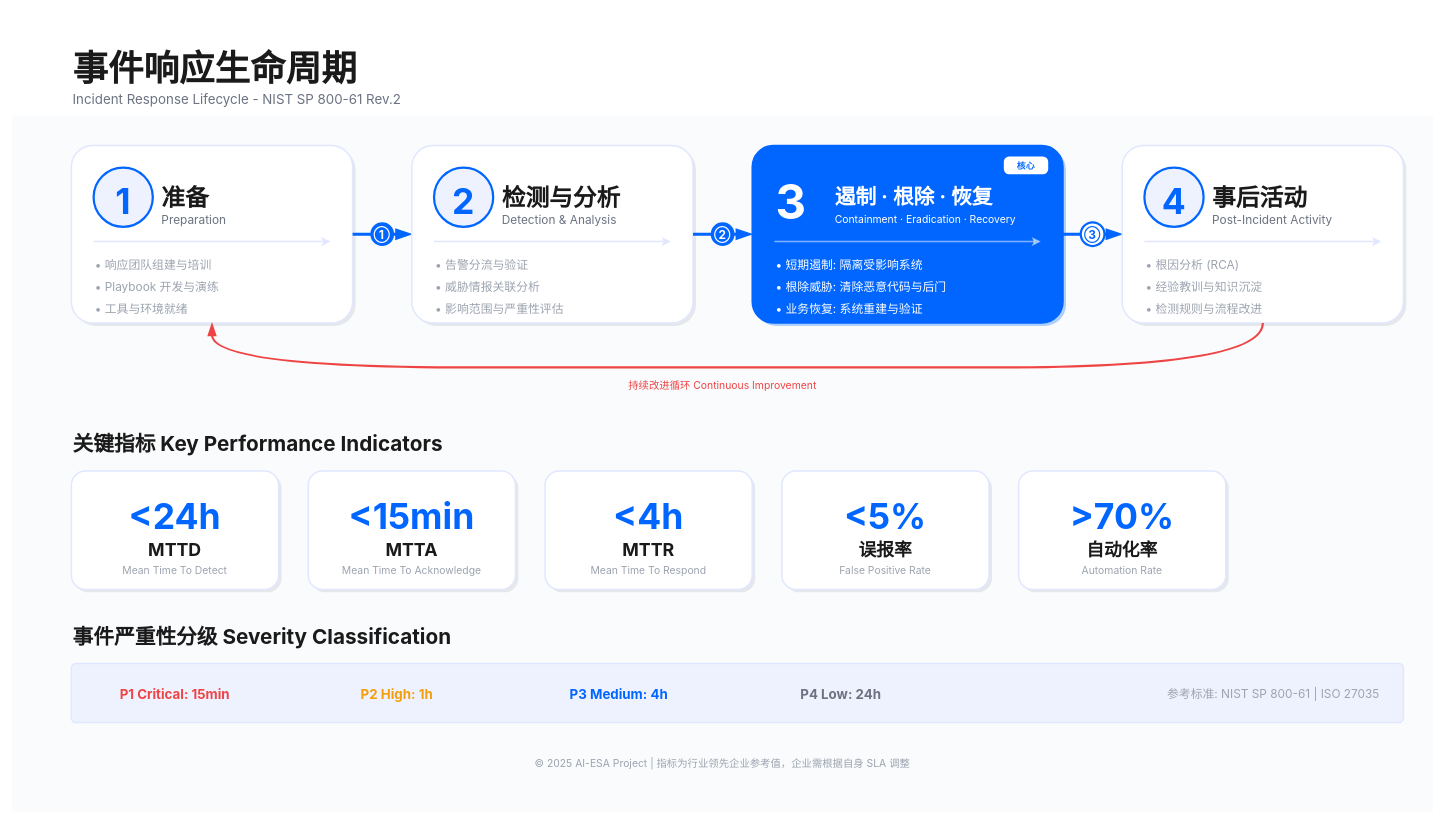
Above: assets/diagrams/chapter_11/02_Incident_Response_Lifecycle_v6.drawio in cybermaxluo/AI-ESA (draw.io), before the change. Source tidied: cells renumbered, new cells numbered last; positions are measured from the earlier drawing's top-left corner, leaving out a move shared by most shapes. Both pictures are drawn from the tidied source at 74%, with x=0, y=0 at pixel (12, 12).
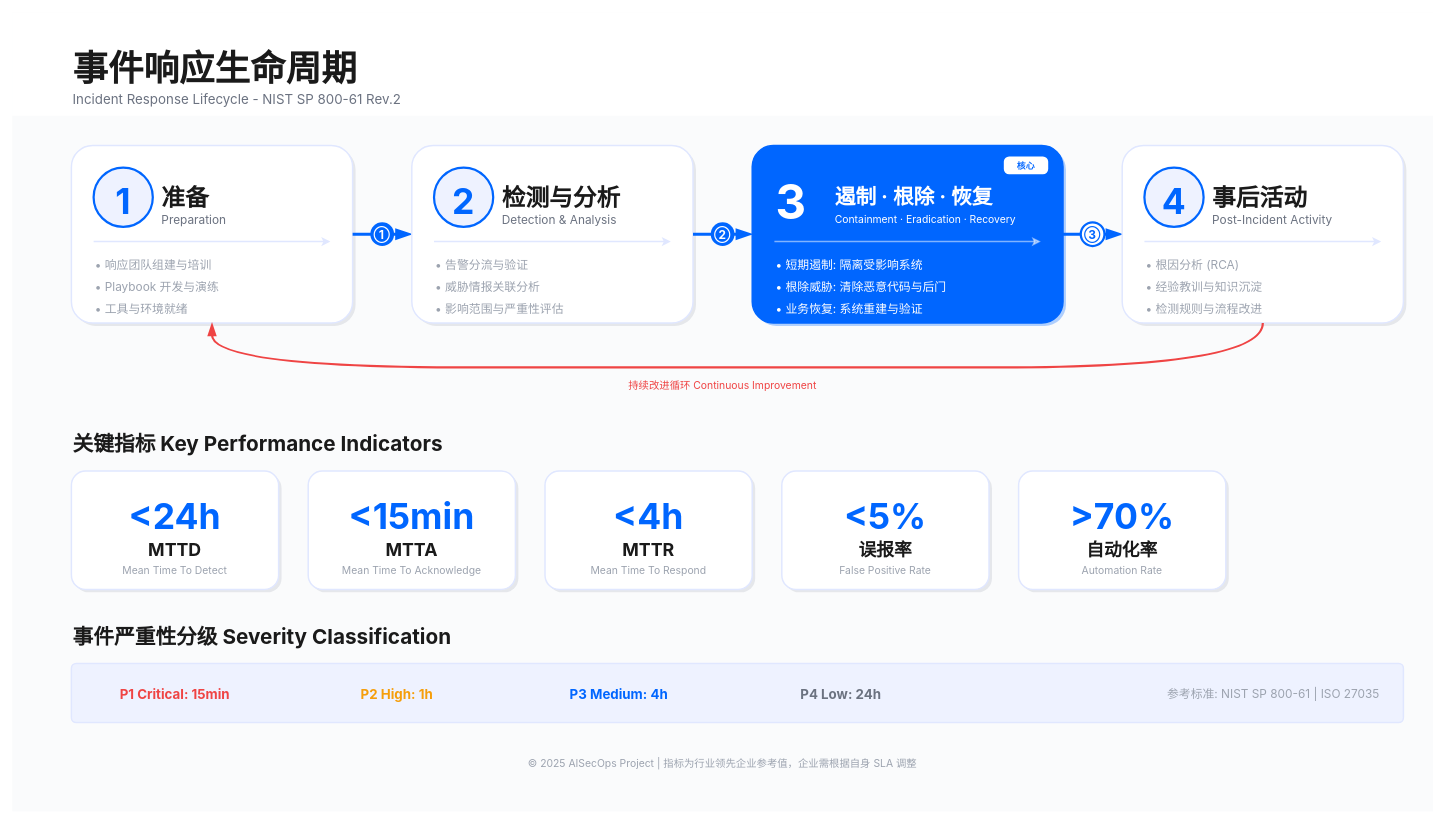
After the change.

Commit message (it also covers changes not shown here):
fix: 统一署名为 AISecOps，重导第 11 章图示

The edit, as a diff of the source:
```diff
@@
-    <mxCell id="90" value="© 2025 AI-ESA Project | 指标为行业领先企业参考值，企业需根据自身 SLA 调整" style="text;fontSize=14;fontColor=#9CA3AF;fontFamily=Inter;align=center;" parent="1" vertex="1">
+    <mxCell id="90" value="© 2025 AISecOps Project | 指标为行业领先企业参考值，企业需根据自身 SLA 调整" style="text;fontSize=14;fontColor=#9CA3AF;fontFamily=Inter;align=center;" parent="1" vertex="1">
       <mxGeometry x="560" y="1000" width="800" height="24" as="geometry" />
     </mxCell>
```
